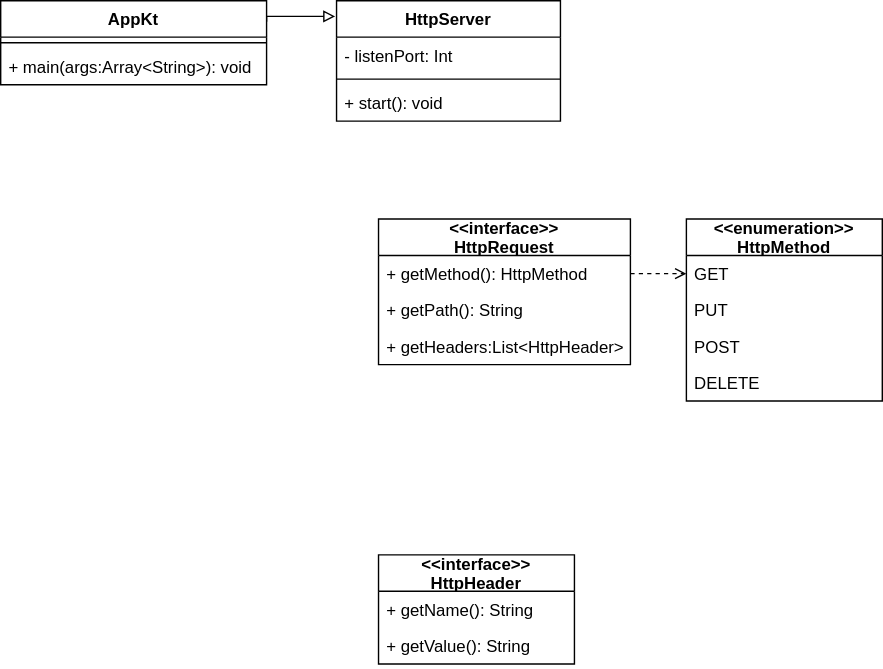
The draw.io diagram drawio/design.dio.svg in omuomu/http-server-kotlin, before a commit. Source tidied: cells renumbered, new cells last; positions are measured from the earlier drawing's top-left corner, leaving out a move shared by most shapes.
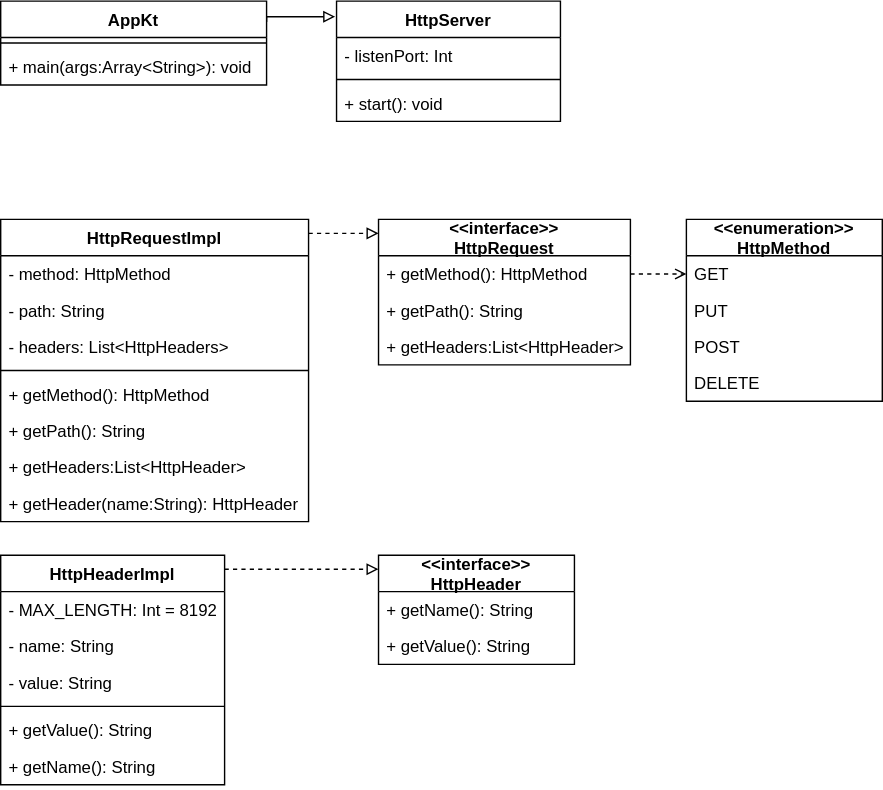
After the change.

Commit message:
Interfaceの実装部分の作成

Diff of the diagram source:
```diff
@@ -69,5 +69,69 @@
     <mxCell id="22" value="+ main(args:Array&lt;String&gt;): void" style="text;strokeColor=none;fillColor=none;align=left;verticalAlign=top;spacingLeft=4;spacingRight=4;overflow=hidden;" parent="20" vertex="1">
       <mxGeometry y="34" width="190" height="26" as="geometry" />
     </mxCell>
+    <mxCell id="23" style="edgeStyle=orthogonalEdgeStyle;rounded=0;jettySize=auto;html=1;startArrow=none;startFill=0;endArrow=block;endFill=0;dashed=1;" parent="1" edge="1" source="25" target="11">
+      <mxGeometry relative="1" as="geometry">
+        <Array as="points">
+          <mxPoint x="260" y="166" />
+          <mxPoint x="260" y="166" />
+        </Array>
+      </mxGeometry>
+    </mxCell>
+    <mxCell id="24" style="edgeStyle=orthogonalEdgeStyle;rounded=0;jettySize=auto;html=1;dashed=1;startArrow=none;startFill=0;endArrow=block;endFill=0;" parent="1" edge="1" source="34" target="8">
+      <mxGeometry relative="1" as="geometry">
+        <Array as="points">
+          <mxPoint x="250" y="406" />
+          <mxPoint x="250" y="406" />
+        </Array>
+      </mxGeometry>
+    </mxCell>
+    <mxCell id="25" value="HttpRequestImpl" style="swimlane;fontStyle=1;align=center;verticalAlign=top;horizontal=1;startSize=26;" parent="1" vertex="1">
+      <mxGeometry y="156" width="220" height="216" as="geometry" />
+    </mxCell>
+    <mxCell id="26" value="- method: HttpMethod" style="text;strokeColor=none;fillColor=none;align=left;verticalAlign=top;spacingLeft=4;spacingRight=4;overflow=hidden;" parent="25" vertex="1">
+      <mxGeometry y="26" width="220" height="26" as="geometry" />
+    </mxCell>
+    <mxCell id="27" value="- path: String" style="text;strokeColor=none;fillColor=none;align=left;verticalAlign=top;spacingLeft=4;spacingRight=4;overflow=hidden;" parent="25" vertex="1">
+      <mxGeometry y="52" width="220" height="26" as="geometry" />
+    </mxCell>
+    <mxCell id="28" value="- headers: List&lt;HttpHeaders&gt;" style="text;strokeColor=none;fillColor=none;align=left;verticalAlign=top;spacingLeft=4;spacingRight=4;overflow=hidden;" parent="25" vertex="1">
+      <mxGeometry y="78" width="220" height="26" as="geometry" />
+    </mxCell>
+    <mxCell id="29" style="line;strokeWidth=1;fillColor=none;align=left;verticalAlign=middle;spacingTop=-1;spacingLeft=3;spacingRight=3;labelPosition=right;" parent="25" vertex="1">
+      <mxGeometry y="104" width="220" height="8" as="geometry" />
+    </mxCell>
+    <mxCell id="30" value="+ getMethod(): HttpMethod" style="text;strokeColor=none;fillColor=none;align=left;verticalAlign=top;spacingLeft=4;spacingRight=4;overflow=hidden;" parent="25" vertex="1">
+      <mxGeometry y="112" width="220" height="26" as="geometry" />
+    </mxCell>
+    <mxCell id="31" value="+ getPath(): String" style="text;strokeColor=none;fillColor=none;align=left;verticalAlign=top;spacingLeft=4;spacingRight=4;overflow=hidden;" parent="25" vertex="1">
+      <mxGeometry y="138" width="220" height="26" as="geometry" />
+    </mxCell>
+    <mxCell id="32" value="+ getHeaders:List&lt;HttpHeader&gt;" style="text;strokeColor=none;fillColor=none;align=left;verticalAlign=top;spacingLeft=4;spacingRight=4;overflow=hidden;" parent="25" vertex="1">
+      <mxGeometry y="164" width="220" height="26" as="geometry" />
+    </mxCell>
+    <mxCell id="33" value="+ getHeader(name:String): HttpHeader" style="text;strokeColor=none;fillColor=none;align=left;verticalAlign=top;spacingLeft=4;spacingRight=4;overflow=hidden;" parent="25" vertex="1">
+      <mxGeometry y="190" width="220" height="26" as="geometry" />
+    </mxCell>
+    <mxCell id="34" value="HttpHeaderImpl" style="swimlane;fontStyle=1;align=center;verticalAlign=top;horizontal=1;startSize=26;" parent="1" vertex="1">
+      <mxGeometry y="396" width="160" height="164" as="geometry" />
+    </mxCell>
+    <mxCell id="35" value="- MAX_LENGTH: Int = 8192" style="text;strokeColor=none;fillColor=none;align=left;verticalAlign=top;spacingLeft=4;spacingRight=4;overflow=hidden;" parent="34" vertex="1">
+      <mxGeometry y="26" width="160" height="26" as="geometry" />
+    </mxCell>
+    <mxCell id="36" value="- name: String" style="text;strokeColor=none;fillColor=none;align=left;verticalAlign=top;spacingLeft=4;spacingRight=4;overflow=hidden;" parent="34" vertex="1">
+      <mxGeometry y="52" width="160" height="26" as="geometry" />
+    </mxCell>
+    <mxCell id="37" value="- value: String" style="text;strokeColor=none;fillColor=none;align=left;verticalAlign=top;spacingLeft=4;spacingRight=4;overflow=hidden;" parent="34" vertex="1">
+      <mxGeometry y="78" width="160" height="26" as="geometry" />
+    </mxCell>
+    <mxCell id="38" style="line;strokeWidth=1;fillColor=none;align=left;verticalAlign=middle;spacingTop=-1;spacingLeft=3;spacingRight=3;labelPosition=right;" parent="34" vertex="1">
+      <mxGeometry y="104" width="160" height="8" as="geometry" />
+    </mxCell>
+    <mxCell id="39" value="+ getValue(): String" style="text;strokeColor=none;fillColor=none;align=left;verticalAlign=top;spacingLeft=4;spacingRight=4;overflow=hidden;" parent="34" vertex="1">
+      <mxGeometry y="112" width="160" height="26" as="geometry" />
+    </mxCell>
+    <mxCell id="40" value="+ getName(): String" style="text;strokeColor=none;fillColor=none;align=left;verticalAlign=top;spacingLeft=4;spacingRight=4;overflow=hidden;" parent="34" vertex="1">
+      <mxGeometry y="138" width="160" height="26" as="geometry" />
+    </mxCell>
   </root>
 </mxGraphModel>
```
